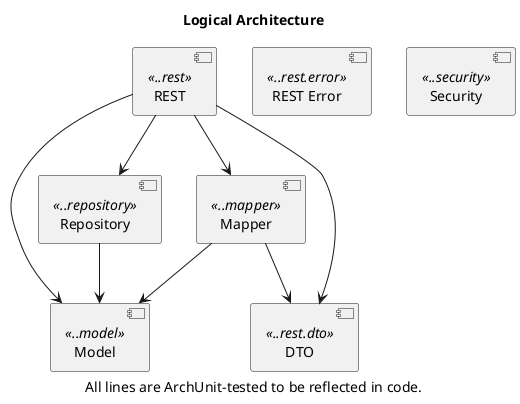
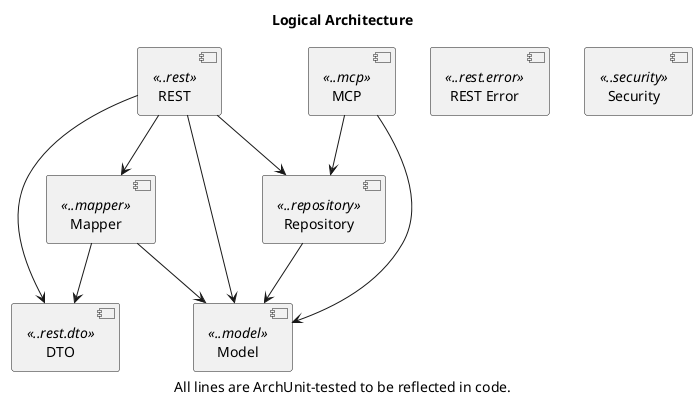
@startuml

title Logical Architecture
caption All lines are ArchUnit-tested to be reflected in code.

[Model] <<..model>>
[Repository] <<..repository>>
[DTO] <<..rest.dto>>
[REST Error] <<..rest.error>>
[Mapper] <<..mapper>>
[REST] <<..rest>>
[Security] <<..security>>
+ [MCP] <<..mcp>>

[Repository] --> [Model]
[Mapper] --> [Model]
[Mapper] --> [DTO]
[REST] --> [Model]
[REST] --> [Repository]
[REST] --> [Mapper]
[REST] --> [DTO]
+ [MCP] --> [Model]
+ [MCP] --> [Repository]

@enduml
